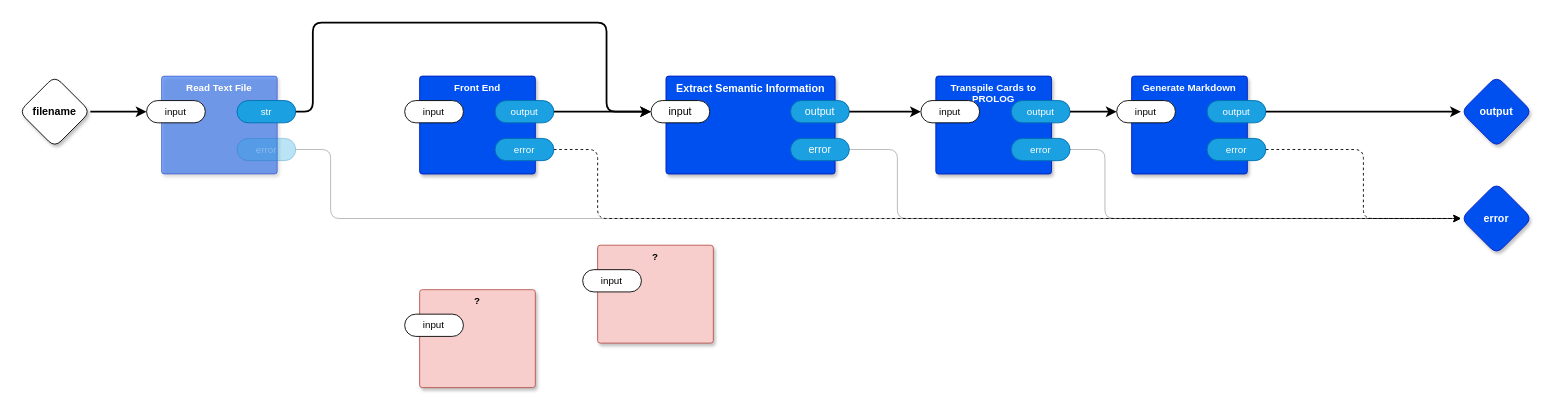
guitarvydas/kinopio2md keeps this draw.io diagram as page "main" (1 of 13) of top.drawio. Above is the earlier version. Source tidied: cells renumbered, new cells numbered last; positions are measured from the earlier drawing's top-left corner, leaving out a move shared by most shapes. Both pictures are drawn from the tidied source at 89%, with x=0, y=0 at pixel (19, 22).
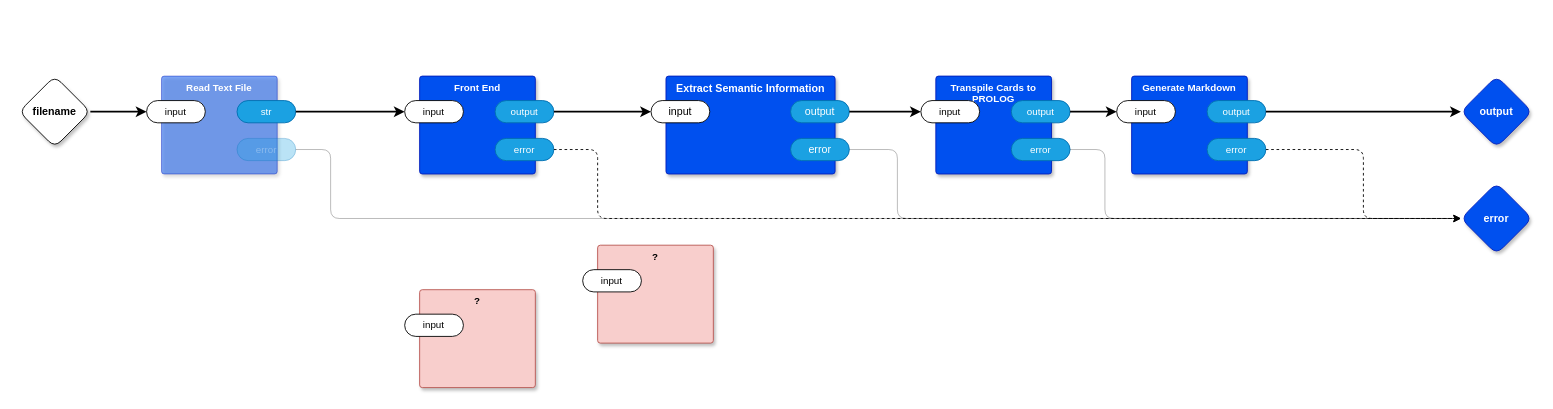
After the change.

The change refers to these unchanged cells:
```xml
<mxCell id="6" value="input" style="rounded=1;whiteSpace=wrap;html=1;sketch=0;points=[[0,0.5,0,0,0],[1,0.5,0,0,0]];arcSize=50;" parent="5" vertex="1">
  <mxGeometry x="-16.8" y="27.5" width="66" height="25" as="geometry" />
</mxCell>
<mxCell id="13" value="str" style="rounded=1;whiteSpace=wrap;html=1;sketch=0;points=[[0,0.5,0,0,0],[1,0.5,0,0,0]];fillColor=#1ba1e2;fontColor=#ffffff;strokeColor=#006EAF;arcSize=50;fontFamily=Helvetica;fontSize=11;" parent="11" vertex="1">
  <mxGeometry x="84.8" y="27.5" width="66" height="25" as="geometry" />
</mxCell>
<mxCell id="31" value="input" style="rounded=1;whiteSpace=wrap;html=1;sketch=0;points=[[0,0.5,0,0,0],[1,0.5,0,0,0]];arcSize=50;fontFamily=Helvetica;fontSize=11;fontColor=default;" parent="30" vertex="1">
  <mxGeometry x="-16.8" y="27.5" width="66" height="25" as="geometry" />
</mxCell>
```

Diff of the diagram source:
```diff
@@
-    <mxCell id="15" style="edgeStyle=orthogonalEdgeStyle;shape=connector;rounded=1;jettySize=auto;html=1;exitX=1;exitY=0.5;exitDx=0;exitDy=0;exitPerimeter=0;entryX=0;entryY=0.5;entryDx=0;entryDy=0;entryPerimeter=0;labelBackgroundColor=default;strokeColor=default;fontFamily=Helvetica;fontSize=11;fontColor=default;endArrow=classic;strokeWidth=2;" parent="1" edge="1" source="13" target="6">
+    <mxCell id="15" style="edgeStyle=orthogonalEdgeStyle;shape=connector;rounded=1;jettySize=auto;html=1;exitX=1;exitY=0.5;exitDx=0;exitDy=0;exitPerimeter=0;entryX=0;entryY=0.5;entryDx=0;entryDy=0;entryPerimeter=0;labelBackgroundColor=default;strokeColor=default;fontFamily=Helvetica;fontSize=11;fontColor=default;endArrow=classic;strokeWidth=2;" parent="1" edge="1" source="13" target="31">
       <mxGeometry relative="1" as="geometry">
         <Array as="points">
-          <mxPoint x="330" y="100" />
-          <mxPoint x="330" />
-          <mxPoint x="660" />
-          <mxPoint x="660" y="100" />
+          <mxPoint x="380" y="100" />
+          <mxPoint x="380" y="100" />
         </Array>
       </mxGeometry>
     </mxCell>
```
